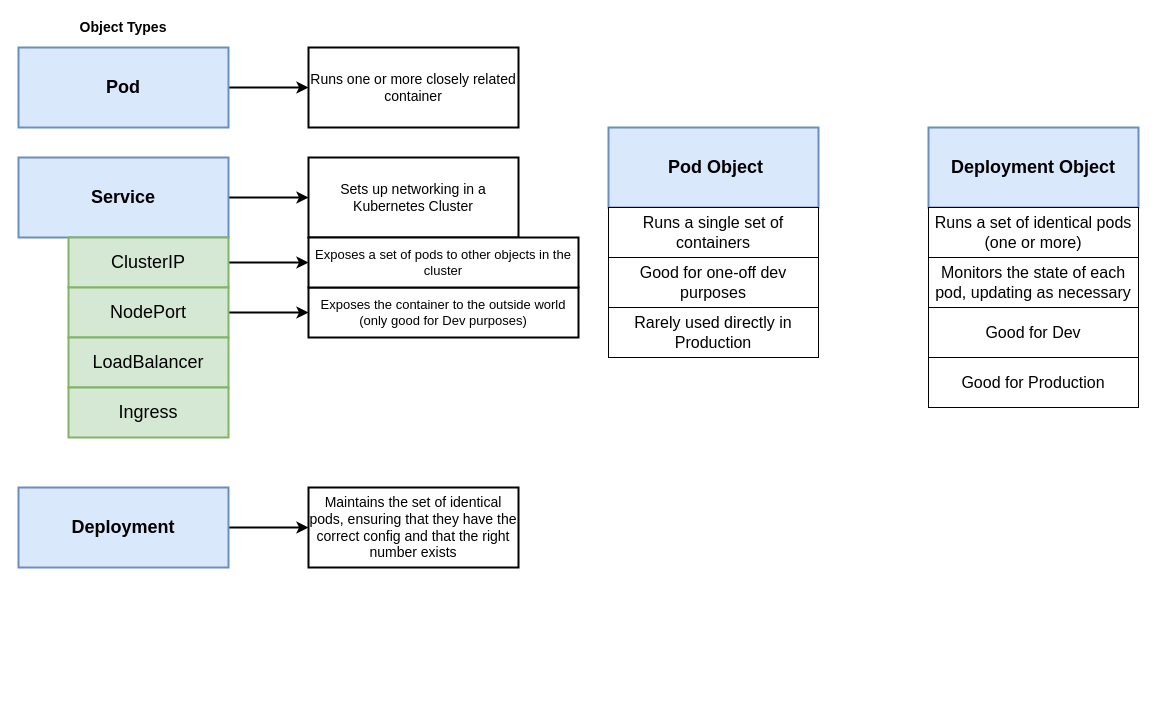
The draw.io diagram page "Pods_Services" (6 of 11) of kubernetes/Kubernetes_Cluster.drawio in micheal08/mylearningdata, before the edit. Source tidied: cells renumbered, new cells numbered last; positions are measured from the earlier drawing's top-left corner, leaving out a move shared by most shapes. Both pictures are drawn from the tidied source at 100%, with x=0, y=0 at pixel (18, 17).
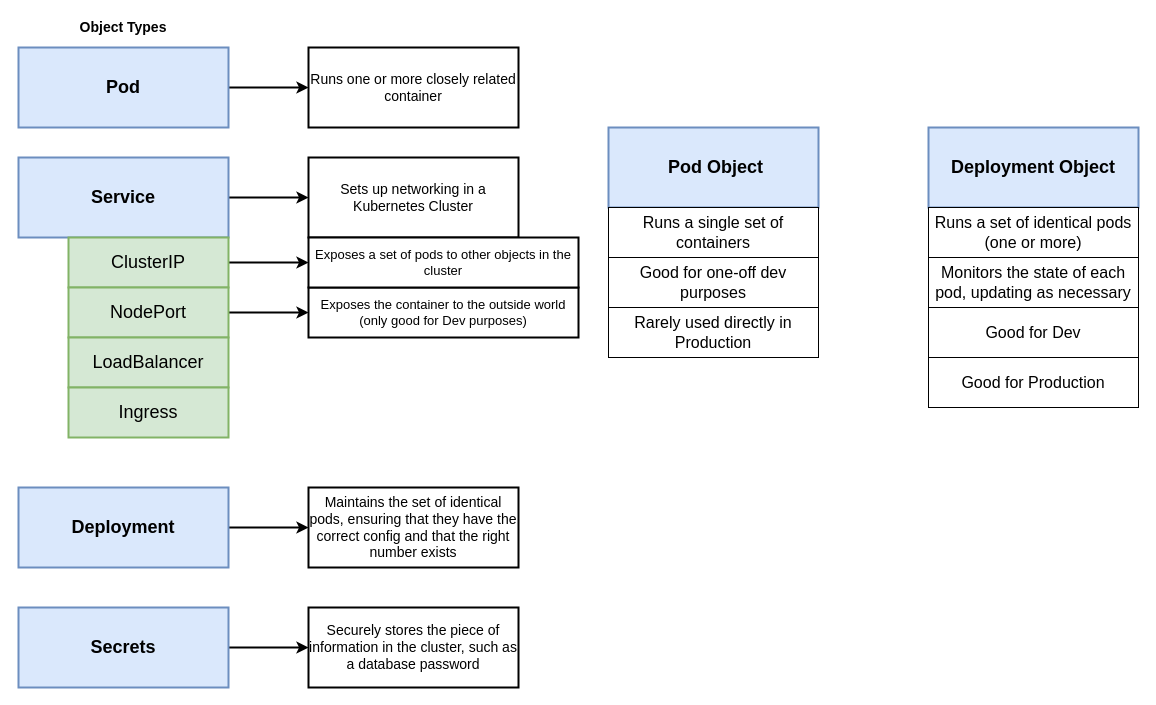
Above is the later version.

Change to the diagram source:
```diff
@@
+    <mxCell id="29" style="edgeStyle=orthogonalEdgeStyle;rounded=0;jettySize=auto;html=1;strokeWidth=2;fontSize=16;" parent="1" edge="1" source="30" target="31">
+      <mxGeometry relative="1" as="geometry" />
+    </mxCell>
+    <mxCell id="30" value="Secrets" style="rounded=0;whiteSpace=wrap;html=1;strokeWidth=2;fontSize=18;align=center;fillColor=#dae8fc;strokeColor=#6c8ebf;fontStyle=1;" parent="1" vertex="1">
+      <mxGeometry y="590" width="210" height="80" as="geometry" />
+    </mxCell>
+    <mxCell id="31" value="Securely stores the piece of information in the cluster, such as a database password" style="rounded=0;whiteSpace=wrap;html=1;strokeWidth=2;fontSize=14;align=center;" parent="1" vertex="1">
+      <mxGeometry x="290" y="590" width="210" height="80" as="geometry" />
+    </mxCell>
```
